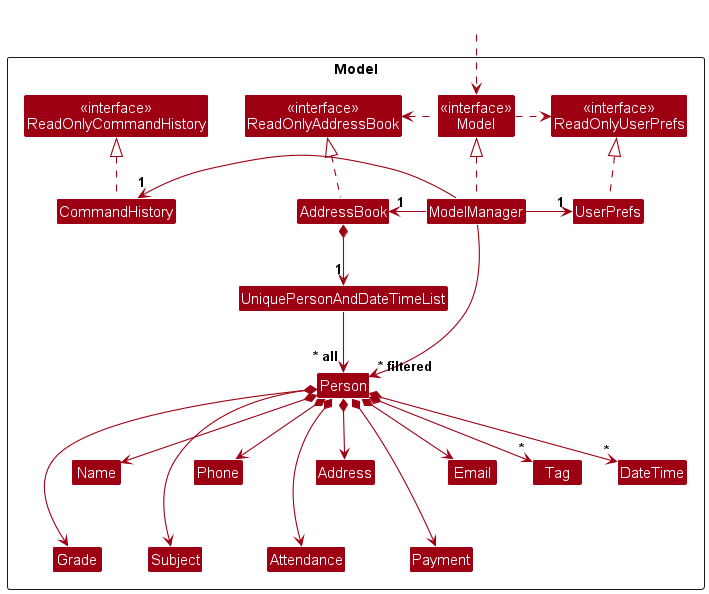
Above: docs/images/ModelClassDiagram.png in zoebelle-pang/tp (PlantUML), before the change.
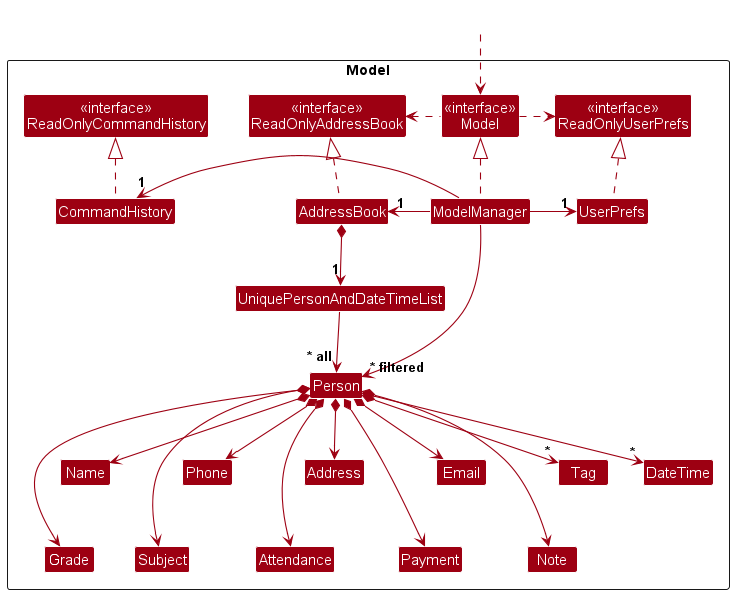
After the change.

Commit message:
Note UML

The edit, as a diff of the source:
```diff
@@ -26,6 +26,7 @@
 Class Attendance
 Class Payment
 Class CommandHistory
+Class Note
 
 Class I #FFFFFF
 }
@@ -56,12 +57,14 @@
 Person *--> "*" DateTime
 Person *-> Attendance
 Person *-> Payment
+Person *-> Note
 
 Person -[hidden]up--> I
 Name -[hidden]-> Grade
 Phone -[hidden]-> Subject
 Address -[hidden]-> Attendance
 Email -[hidden]-> Payment
+Tag -[hidden]-> Note
 
 Name -[hidden]right-> Phone
 Phone -[hidden]right-> Address
```
